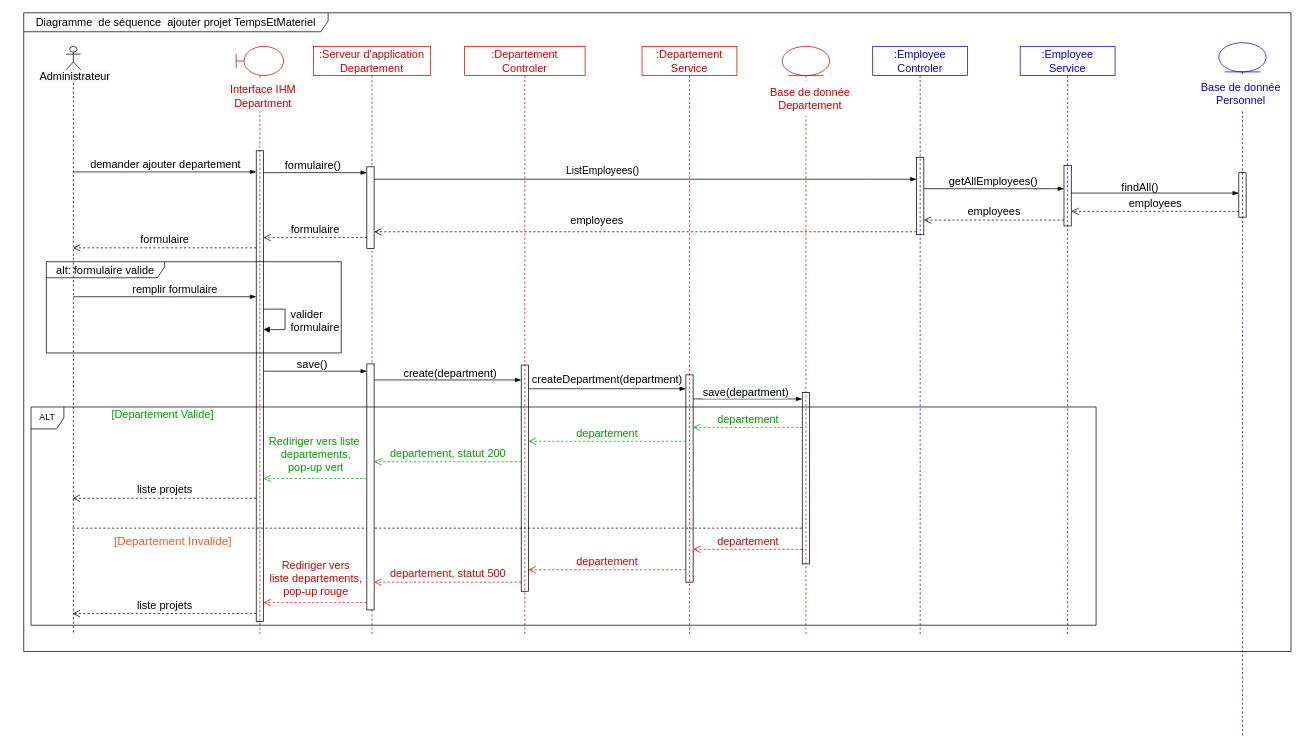
The draw.io diagram Department/AddDepartmentDiagrammeSequence.drawio in ZidiMedAmine/UML, before the edit. Source tidied: cells renumbered, new cells numbered last; positions are measured from the earlier drawing's top-left corner, leaving out a move shared by most shapes. Both pictures are drawn from the tidied source at 73%, with x=0, y=0 at pixel (12, 12).
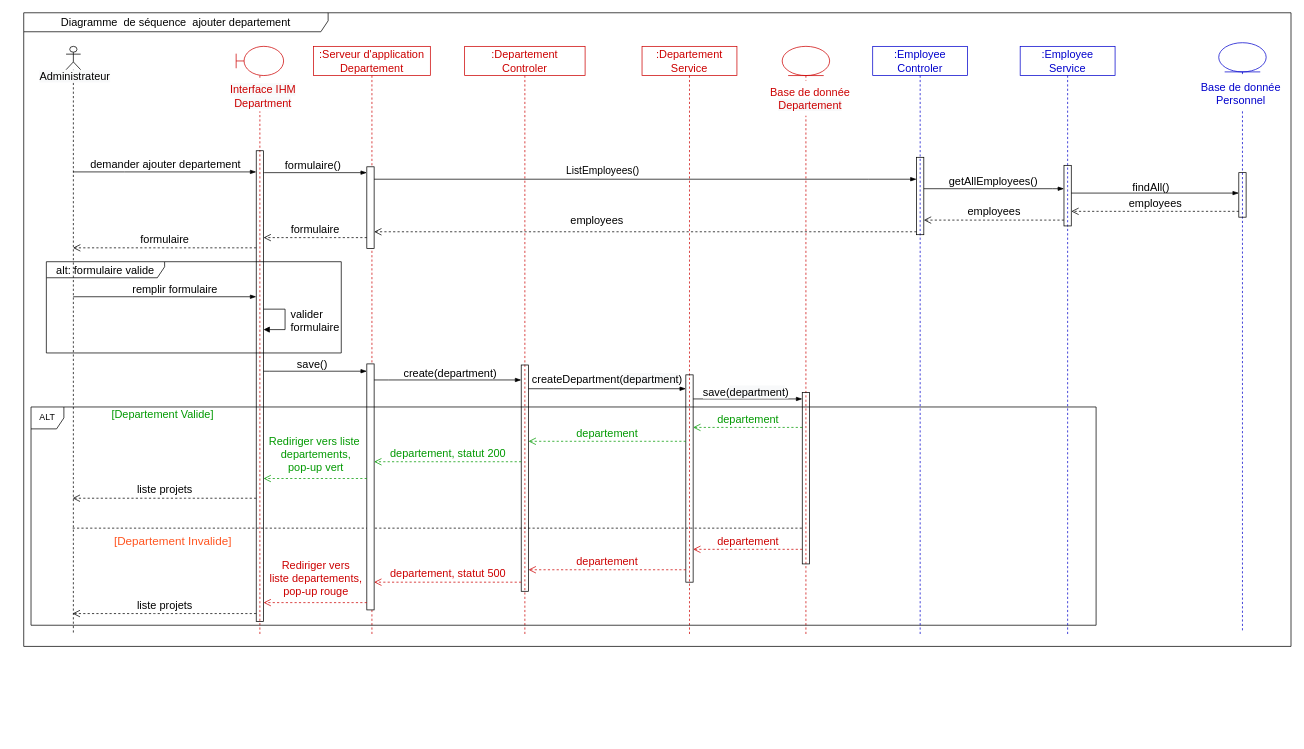
The same page after the edit.

Commit message (it also covers changes not shown here):
Mettre à jour AddDepartmentDiagrammeSequence.drawio

The change refers to these unchanged cells:
```xml
<mxCell id="41" style="group;" parent="1" vertex="1">
  <mxGeometry y="362" width="1751" height="549" as="geometry" />
</mxCell>
<mxCell id="60" style="edgeStyle=elbowEdgeStyle;fontSize=12;html=1;endArrow=blockThin;endFill=1;rounded=0;" parent="1" edge="1" source="57" target="55">
  <mxGeometry relative="1" as="geometry">
    <Array as="points">
      <mxPoint x="1575" y="247" />
      <mxPoint x="1553" y="235" />
      <mxPoint x="1390" y="244" />
      <mxPoint x="880" y="299" />
    </Array>
  </mxGeometry>
</mxCell>
```

Change to the diagram source:
```diff
@@
-    <mxCell id="45" value="Diagramme&amp;nbsp; de séquence&amp;nbsp; ajouter projet TempsEtMateriel" style="shape=umlFrame;whiteSpace=wrap;html=1;rounded=0;shadow=0;glass=0;sketch=0;fontSize=15;fillColor=none;width=417;height=26;" parent="41" vertex="1">
-      <mxGeometry x="15" y="-362" width="1736" height="875" as="geometry" />
+    <mxCell id="45" value="Diagramme&amp;nbsp; de séquence&amp;nbsp; ajouter departement" style="shape=umlFrame;whiteSpace=wrap;html=1;rounded=0;shadow=0;glass=0;sketch=0;fontSize=15;fillColor=none;width=417;height=26;" parent="41" vertex="1">
+      <mxGeometry x="15" y="-362" width="1736" height="868" as="geometry" />
     </mxCell>
@@
     <mxCell id="53" style="shape=umlLifeline;participant=umlEntity;perimeter=lifelinePerimeter;whiteSpace=wrap;html=1;verticalAlign=top;spacingTop=36;rounded=0;shadow=0;glass=0;sketch=0;fontSize=15;fillColor=none;strokeColor=#0000CC;" parent="1" vertex="1">
-      <mxGeometry x="1652" y="41" width="65" height="950" as="geometry" />
+      <mxGeometry x="1652" y="41" width="65" height="805" as="geometry" />
     </mxCell>
@@
     <mxCell id="61" value="findAll()" style="edgeLabel;html=1;align=center;verticalAlign=middle;fontSize=15;labelBackgroundColor=none;" parent="60" vertex="1">
       <mxGeometry x="-0.36" y="2" relative="1" as="geometry">
-        <mxPoint x="20" y="-8" as="offset" />
+        <mxPoint x="35" y="-8" as="offset" />
       </mxGeometry>
     </mxCell>
```
